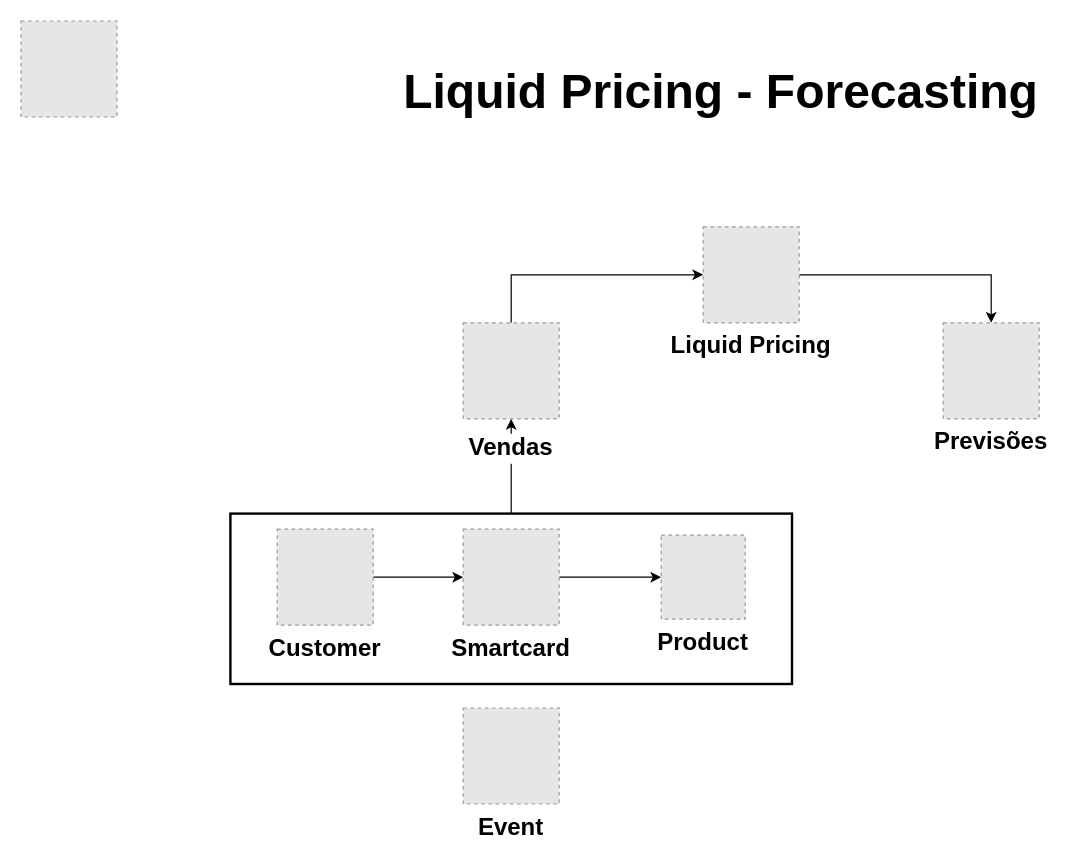
MwillianM/Nugo keeps this draw.io diagram as Modelagem/Liquid_Pricing_Model.drawio. Above is the earlier version. Source tidied: cells renumbered, new cells numbered last; positions are measured from the earlier drawing's top-left corner, leaving out a move shared by most shapes. Both pictures are drawn from the tidied source at 120%, with x=0, y=0 at pixel (20, 20). Pictures stored in the file or linked from it are replaced by grey dashed boxes.
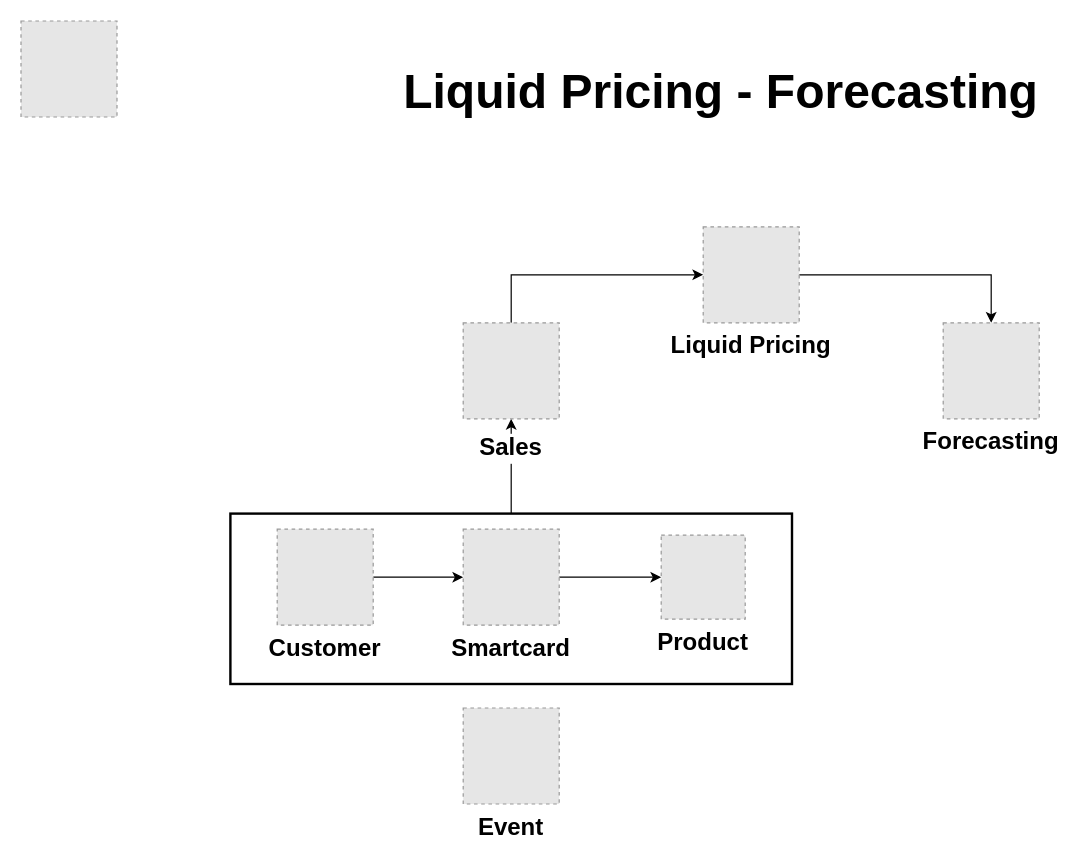
The same diagram, later.

Change to the diagram source:
```diff
@@
-<mxGraphModel>
+<mxGraphModel background="#ffffff">
   <root>
     <mxCell id="0" />
     <mxCell id="1" parent="0" />
     <mxCell id="2" style="edgeStyle=orthogonalEdgeStyle;rounded=0;jettySize=auto;html=1;exitX=0.5;exitY=0;exitDx=0;exitDy=0;entryX=0.5;entryY=1;entryDx=0;entryDy=0;fontSize=20;" parent="1" edge="1" source="3" target="14">
       <mxGeometry relative="1" as="geometry" />
     </mxCell>
     <mxCell id="3" style="rounded=0;whiteSpace=wrap;html=1;strokeWidth=2;" parent="1" vertex="1">
       <mxGeometry x="174.5" y="410.5" width="468" height="142" as="geometry" />
     </mxCell>
     <mxCell id="4" style="fillColor=#E6E6E6;strokeColor=#999999;dashed=1;verticalLabelPosition=bottom;verticalAlign=top;" parent="1" vertex="1">
       <mxGeometry width="80" height="80" as="geometry" />
     </mxCell>
     <mxCell id="5" style="edgeStyle=orthogonalEdgeStyle;rounded=0;jettySize=auto;html=1;entryX=0.5;entryY=0;entryDx=0;entryDy=0;fontSize=20;" parent="1" edge="1" source="6" target="15">
       <mxGeometry relative="1" as="geometry" />
     </mxCell>
     <mxCell id="6" value="Liquid Pricing" style="fillColor=#E6E6E6;strokeColor=#999999;dashed=1;verticalLabelPosition=bottom;verticalAlign=top;fontSize=20;fontStyle=1;" parent="1" vertex="1">
       <mxGeometry x="568.5" y="171.5" width="80" height="80" as="geometry" />
     </mxCell>
     <mxCell id="7" value="Event" style="fillColor=#E6E6E6;strokeColor=#999999;dashed=1;verticalLabelPosition=bottom;verticalAlign=top;fontStyle=1;fontSize=20;" parent="1" vertex="1">
       <mxGeometry x="368.5" y="572.5" width="80" height="80" as="geometry" />
     </mxCell>
     <mxCell id="8" style="edgeStyle=orthogonalEdgeStyle;rounded=0;jettySize=auto;html=1;exitX=1;exitY=0.5;exitDx=0;exitDy=0;entryX=0;entryY=0.5;entryDx=0;entryDy=0;fontSize=20;" parent="1" edge="1" source="9" target="12">
       <mxGeometry relative="1" as="geometry" />
     </mxCell>
     <mxCell id="9" value="Smartcard" style="fillColor=#E6E6E6;strokeColor=#999999;dashed=1;verticalLabelPosition=bottom;verticalAlign=top;fontSize=20;fontStyle=1;" parent="1" vertex="1">
       <mxGeometry x="368.5" y="423.5" width="80" height="80" as="geometry" />
     </mxCell>
     <mxCell id="10" style="edgeStyle=orthogonalEdgeStyle;rounded=0;jettySize=auto;html=1;exitX=1;exitY=0.5;exitDx=0;exitDy=0;entryX=0;entryY=0.5;entryDx=0;entryDy=0;fontSize=20;" parent="1" edge="1" source="11" target="9">
       <mxGeometry relative="1" as="geometry" />
     </mxCell>
     <mxCell id="11" value="Customer" style="fillColor=#E6E6E6;strokeColor=#999999;dashed=1;verticalLabelPosition=bottom;verticalAlign=top;fontSize=20;fontStyle=1;" parent="1" vertex="1">
       <mxGeometry x="213.5" y="423.5" width="80" height="80" as="geometry" />
     </mxCell>
     <mxCell id="12" value="Product" style="fillColor=#E6E6E6;strokeColor=#999999;dashed=1;verticalLabelPosition=bottom;verticalAlign=top;fontSize=20;fontStyle=1;spacingTop=0;" parent="1" vertex="1">
       <mxGeometry x="533.5" y="428.5" width="70" height="70" as="geometry" />
     </mxCell>
     <mxCell id="13" style="edgeStyle=orthogonalEdgeStyle;rounded=0;jettySize=auto;html=1;exitX=0.5;exitY=0;exitDx=0;exitDy=0;entryX=0;entryY=0.5;entryDx=0;entryDy=0;fontSize=20;" parent="1" edge="1" source="14" target="6">
       <mxGeometry relative="1" as="geometry" />
     </mxCell>
-    <mxCell id="14" value="Vendas" style="fillColor=#E6E6E6;strokeColor=#999999;dashed=1;verticalLabelPosition=bottom;verticalAlign=top;fontSize=20;fontStyle=1;labelBackgroundColor=#ffffff;spacingTop=5;" parent="1" vertex="1">
+    <mxCell id="14" value="Sales" style="fillColor=#E6E6E6;strokeColor=#999999;dashed=1;verticalLabelPosition=bottom;verticalAlign=top;fontSize=20;fontStyle=1;labelBackgroundColor=#ffffff;spacingTop=5;" parent="1" vertex="1">
       <mxGeometry x="368.5" y="251.5" width="80" height="80" as="geometry" />
     </mxCell>
-    <mxCell id="15" value="Previsões" style="fillColor=#E6E6E6;strokeColor=#999999;dashed=1;verticalLabelPosition=bottom;verticalAlign=top;fontSize=20;fontStyle=1;" parent="1" vertex="1">
+    <mxCell id="15" value="Forecasting" style="fillColor=#E6E6E6;strokeColor=#999999;dashed=1;verticalLabelPosition=bottom;verticalAlign=top;fontSize=20;fontStyle=1;" parent="1" vertex="1">
       <mxGeometry x="768.5" y="251.5" width="80" height="80" as="geometry" />
     </mxCell>
     <mxCell id="16" value="&lt;font style=&quot;font-size: 40px&quot;&gt;Liquid Pricing - Forecasting&lt;/font&gt;" style="text;html=1;align=left;verticalAlign=top;spacingTop=0;fontSize=20;fontStyle=1;spacing=0;" parent="1" vertex="1">
       <mxGeometry x="318.5" y="30" width="530" height="50" as="geometry" />
     </mxCell>
   </root>
 </mxGraphModel>
```
